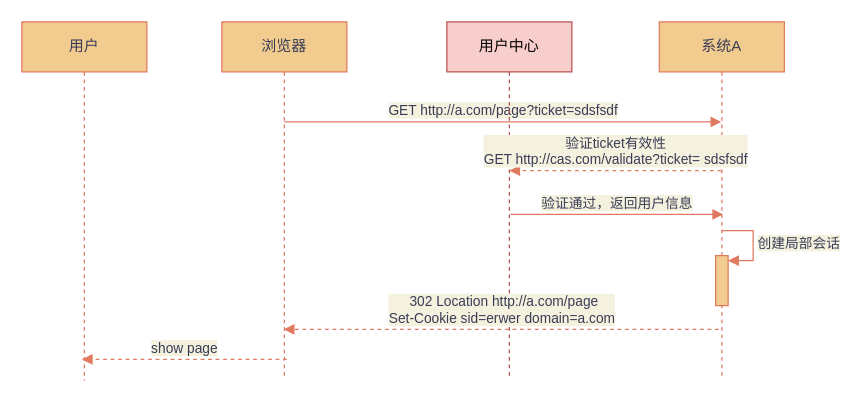
liliang1213/diagram keeps this draw.io diagram as CAS用户登录流程2.drawio. Above is the earlier version. Source tidied: cells renumbered, new cells numbered last; positions are measured from the earlier drawing's top-left corner, leaving out a move shared by most shapes. Both pictures are drawn from the tidied source at 125%, with x=0, y=0 at pixel (21, 21).
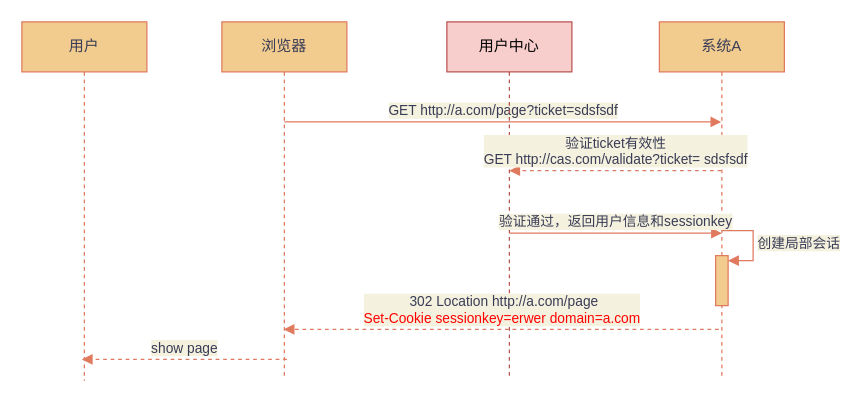
After the change.

Commit message:
更新CAS用户登录流程2.drawio

Diff of the diagram source:
```diff
@@
 <mxGraphModel>
   <root>
     <mxCell id="0" />
     <mxCell id="1" parent="0" />
     <mxCell id="2" value="用户" style="shape=umlLifeline;perimeter=lifelinePerimeter;whiteSpace=wrap;html=1;fillColor=#F2CC8F;strokeColor=#E07A5F;fontColor=#393C56;" parent="1" vertex="1">
       <mxGeometry width="100" height="287" as="geometry" />
     </mxCell>
     <mxCell id="3" value="浏览器" style="shape=umlLifeline;perimeter=lifelinePerimeter;whiteSpace=wrap;html=1;fillColor=#F2CC8F;strokeColor=#E07A5F;fontColor=#393C56;" parent="1" vertex="1">
       <mxGeometry x="160" width="100" height="284" as="geometry" />
     </mxCell>
     <mxCell id="4" value="GET http://a.com/page?ticket=sdsfsdf" style="html=1;verticalAlign=bottom;endArrow=block;strokeColor=#E07A5F;fontColor=#393C56;labelBackgroundColor=#F4F1DE;" parent="3" edge="1" target="6">
       <mxGeometry relative="1" as="geometry">
         <mxPoint x="50" y="80" as="sourcePoint" />
       </mxGeometry>
     </mxCell>
     <mxCell id="5" value="用户中心" style="shape=umlLifeline;perimeter=lifelinePerimeter;whiteSpace=wrap;html=1;fillColor=#f8cecc;strokeColor=#b85450;" parent="1" vertex="1">
       <mxGeometry x="340" width="100" height="285" as="geometry" />
     </mxCell>
     <mxCell id="6" value="系统A" style="shape=umlLifeline;perimeter=lifelinePerimeter;whiteSpace=wrap;html=1;outlineConnect=0;fillColor=#F2CC8F;strokeColor=#E07A5F;fontColor=#393C56;" parent="1" vertex="1">
       <mxGeometry x="510" width="100" height="286" as="geometry" />
     </mxCell>
     <mxCell id="7" value="创建局部会话" style="edgeStyle=orthogonalEdgeStyle;html=1;align=left;spacingLeft=2;endArrow=block;rounded=0;entryX=1;entryY=0;strokeColor=#E07A5F;fontColor=#393C56;labelBackgroundColor=#F4F1DE;" parent="6" edge="1">
       <mxGeometry relative="1" as="geometry">
         <mxPoint x="50" y="167" as="sourcePoint" />
         <mxPoint x="55" y="191" as="targetPoint" />
         <Array as="points">
           <mxPoint x="75" y="167" />
         </Array>
       </mxGeometry>
     </mxCell>
     <mxCell id="8" style="html=1;perimeter=orthogonalPerimeter;fillColor=#F2CC8F;strokeColor=#E07A5F;fontColor=#393C56;" parent="6" vertex="1">
       <mxGeometry x="45" y="187" width="10" height="40" as="geometry" />
     </mxCell>
     <mxCell id="9" value="验证ticket有效性&lt;br&gt;GET http://cas.com/validate?ticket=&amp;nbsp;sdsfsdf" style="html=1;verticalAlign=bottom;endArrow=block;strokeColor=#E07A5F;fontColor=#393C56;dashed=1;labelBackgroundColor=#F4F1DE;" parent="1" edge="1">
       <mxGeometry relative="1" as="geometry">
         <mxPoint x="559.5" y="119" as="sourcePoint" />
         <mxPoint x="390" y="119" as="targetPoint" />
       </mxGeometry>
     </mxCell>
-    <mxCell id="10" value="验证通过，返回用户信息" style="html=1;verticalAlign=bottom;endArrow=block;strokeColor=#E07A5F;fontColor=#393C56;labelBackgroundColor=#F4F1DE;" parent="1" edge="1">
+    <mxCell id="10" value="验证通过，返回用户信息和sessionkey" style="html=1;verticalAlign=bottom;endArrow=block;strokeColor=#E07A5F;fontColor=#393C56;labelBackgroundColor=#F4F1DE;" parent="1" edge="1">
       <mxGeometry relative="1" as="geometry">
-        <mxPoint x="391" y="154" as="sourcePoint" />
-        <mxPoint x="561" y="154" as="targetPoint" />
+        <mxPoint x="390" y="169" as="sourcePoint" />
+        <mxPoint x="560" y="169" as="targetPoint" />
       </mxGeometry>
     </mxCell>
-    <mxCell id="11" value="&amp;nbsp;302 Location http://a.com/page&lt;br&gt;Set-Cookie sid=erwer domain=a.com" style="html=1;verticalAlign=bottom;endArrow=block;strokeColor=#E07A5F;fontColor=#393C56;dashed=1;labelBackgroundColor=#F4F1DE;" parent="1" edge="1">
+    <mxCell id="11" value="&amp;nbsp;302 Location http://a.com/page&lt;br&gt;&lt;font color=&quot;#ff0000&quot;&gt;Set-Cookie sessionkey=erwer domain=a.com&lt;/font&gt;" style="html=1;verticalAlign=bottom;endArrow=block;strokeColor=#E07A5F;fontColor=#393C56;dashed=1;labelBackgroundColor=#F4F1DE;" parent="1" edge="1">
       <mxGeometry relative="1" as="geometry">
         <mxPoint x="557.5" y="246" as="sourcePoint" />
         <mxPoint x="209.5" y="246" as="targetPoint" />
       </mxGeometry>
     </mxCell>
     <mxCell id="12" value="show page" style="html=1;verticalAlign=bottom;endArrow=block;strokeColor=#E07A5F;fontColor=#393C56;dashed=1;labelBackgroundColor=#F4F1DE;" parent="1" edge="1">
       <mxGeometry relative="1" as="geometry">
         <mxPoint x="212" y="270" as="sourcePoint" />
         <mxPoint x="48" y="270" as="targetPoint" />
       </mxGeometry>
     </mxCell>
   </root>
 </mxGraphModel>
```
